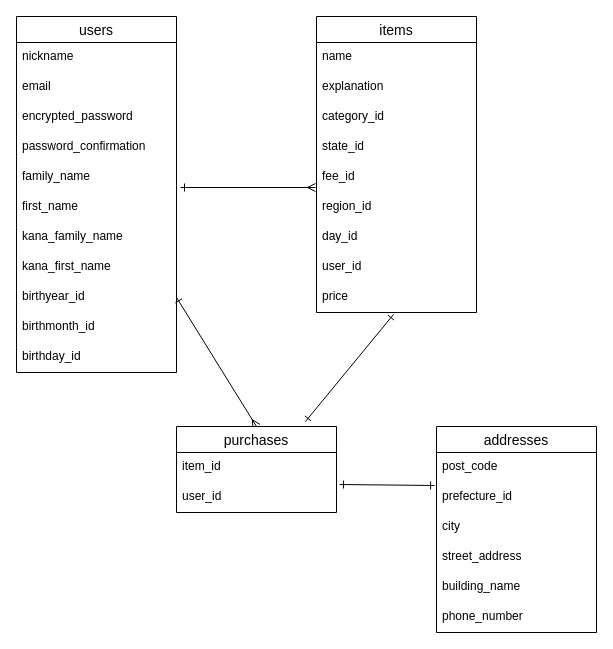
The draw.io diagram ER.dio in teshio0512/furima-41339, before the edit. Source tidied: cells renumbered, new cells numbered last; positions are measured from the earlier drawing's top-left corner, leaving out a move shared by most shapes. Both pictures are drawn from the tidied source at 100%, with x=0, y=0 at pixel (16, 16).
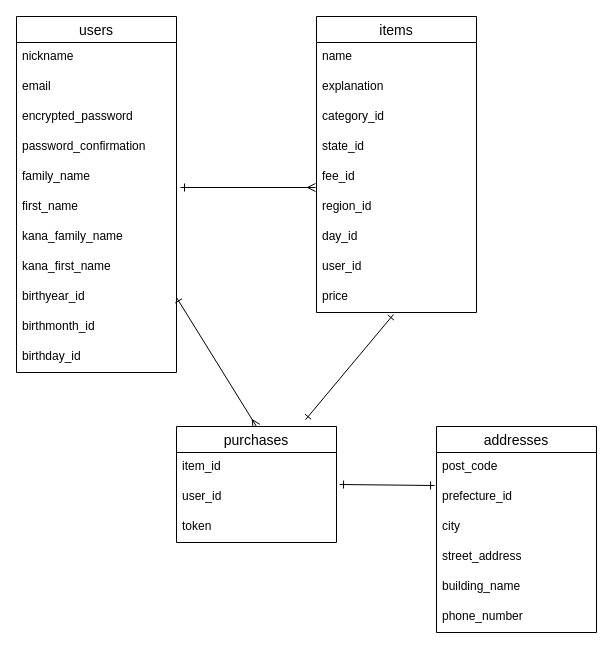
The same page after the edit.

Commit message (it also covers changes not shown here):
ER図とREADMEの修正

Change to the diagram source:
```diff
@@
     <mxCell id="26" value="purchases" style="swimlane;fontStyle=0;horizontal=1;startSize=26;align=center;fontSize=14;" parent="1" vertex="1">
-      <mxGeometry x="160" y="410" width="160" height="86" as="geometry" />
+      <mxGeometry x="160" y="410" width="160" height="116" as="geometry" />
     </mxCell>
@@
+    <mxCell id="38" value="token" style="text;strokeColor=none;fillColor=none;spacingLeft=4;spacingRight=4;overflow=hidden;fontSize=12;" parent="26" vertex="1">
+      <mxGeometry y="86" width="160" height="30" as="geometry" />
+    </mxCell>
```
